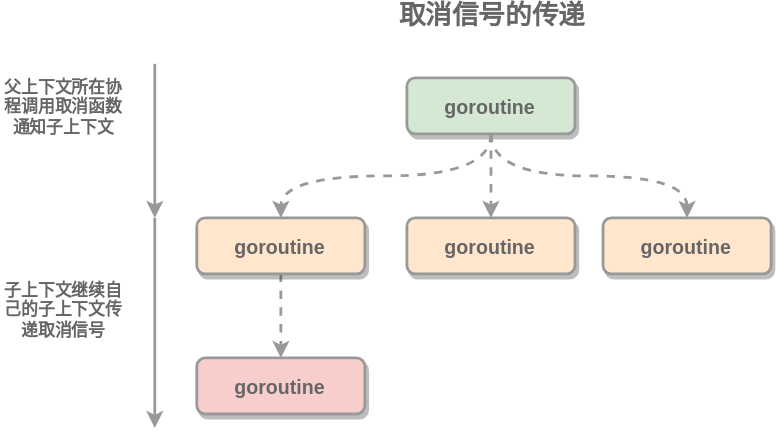
Before: golang/assets/cancel.drawio.svg, a diagram exported from draw.io (pycer/note). Source tidied: cells renumbered, new cells last; positions are measured from the earlier drawing's top-left corner, leaving out a move shared by most shapes.
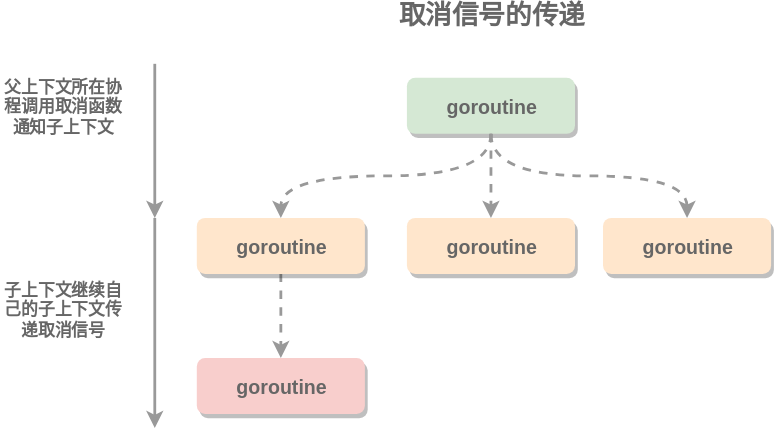
The same diagram one commit later.

Commit message:
[Golang] context 图片修改

What changed in the source:
```diff
@@ -5,22 +5,22 @@
     <mxCell id="2" style="edgeStyle=orthogonalEdgeStyle;curved=1;rounded=0;jettySize=auto;html=1;strokeColor=#999999;strokeWidth=2;dashed=1;" parent="1" edge="1" source="3" target="5">
       <mxGeometry relative="1" as="geometry" />
     </mxCell>
-    <mxCell id="3" value="&lt;b&gt;&lt;font style=&quot;font-size: 14px&quot; color=&quot;#666666&quot;&gt;goroutine&lt;/font&gt;&lt;/b&gt;" style="rounded=1;whiteSpace=wrap;html=1;fillColor=#d5e8d4;strokeColor=#999999;strokeWidth=2;shadow=1;" parent="1" vertex="1">
+    <mxCell id="3" value="&lt;b&gt;&lt;font style=&quot;font-size: 14px&quot; color=&quot;#666666&quot;&gt;goroutine&lt;/font&gt;&lt;/b&gt;" style="rounded=1;whiteSpace=wrap;html=1;fillColor=#d5e8d4;strokeColor=none;strokeWidth=2;shadow=1;" parent="1" vertex="1">
       <mxGeometry x="290" y="50" width="120" height="40" as="geometry" />
     </mxCell>
-    <mxCell id="4" value="&lt;b&gt;&lt;font style=&quot;font-size: 14px&quot; color=&quot;#666666&quot;&gt;goroutine&lt;/font&gt;&lt;/b&gt;" style="rounded=1;whiteSpace=wrap;html=1;fillColor=#ffe6cc;strokeColor=#999999;strokeWidth=2;shadow=1;" parent="1" vertex="1">
+    <mxCell id="4" value="&lt;b&gt;&lt;font style=&quot;font-size: 14px&quot; color=&quot;#666666&quot;&gt;goroutine&lt;/font&gt;&lt;/b&gt;" style="rounded=1;whiteSpace=wrap;html=1;fillColor=#ffe6cc;strokeColor=none;strokeWidth=2;shadow=1;" parent="1" vertex="1">
       <mxGeometry x="430" y="150" width="120" height="40" as="geometry" />
     </mxCell>
-    <mxCell id="5" value="&lt;font style=&quot;font-size: 14px&quot; color=&quot;#666666&quot;&gt;&lt;b&gt;goroutine&lt;/b&gt;&lt;/font&gt;" style="rounded=1;whiteSpace=wrap;html=1;fillColor=#ffe6cc;strokeColor=#999999;strokeWidth=2;shadow=1;" parent="1" vertex="1">
+    <mxCell id="5" value="&lt;font style=&quot;font-size: 14px&quot; color=&quot;#666666&quot;&gt;&lt;b&gt;goroutine&lt;/b&gt;&lt;/font&gt;" style="rounded=1;whiteSpace=wrap;html=1;fillColor=#ffe6cc;strokeColor=none;strokeWidth=2;shadow=1;" parent="1" vertex="1">
       <mxGeometry x="290" y="150" width="120" height="40" as="geometry" />
     </mxCell>
-    <mxCell id="6" value="&lt;b&gt;&lt;font style=&quot;font-size: 14px&quot; color=&quot;#666666&quot;&gt;goroutine&lt;/font&gt;&lt;/b&gt;" style="rounded=1;whiteSpace=wrap;html=1;fillColor=#f8cecc;strokeColor=#999999;strokeWidth=2;shadow=1;" parent="1" vertex="1">
+    <mxCell id="6" value="&lt;b&gt;&lt;font style=&quot;font-size: 14px&quot; color=&quot;#666666&quot;&gt;goroutine&lt;/font&gt;&lt;/b&gt;" style="rounded=1;whiteSpace=wrap;html=1;fillColor=#f8cecc;strokeColor=none;strokeWidth=2;shadow=1;" parent="1" vertex="1">
       <mxGeometry x="140" y="250" width="120" height="40" as="geometry" />
     </mxCell>
     <mxCell id="7" style="edgeStyle=orthogonalEdgeStyle;curved=1;rounded=0;jettySize=auto;html=1;strokeColor=#999999;strokeWidth=2;dashed=1;" parent="1" edge="1" source="8" target="6">
       <mxGeometry relative="1" as="geometry" />
     </mxCell>
-    <mxCell id="8" value="&lt;b&gt;&lt;font style=&quot;font-size: 14px&quot; color=&quot;#666666&quot;&gt;goroutine&lt;/font&gt;&lt;/b&gt;" style="rounded=1;whiteSpace=wrap;html=1;fillColor=#ffe6cc;strokeColor=#999999;strokeWidth=2;shadow=1;" parent="1" vertex="1">
+    <mxCell id="8" value="&lt;b&gt;&lt;font style=&quot;font-size: 14px&quot; color=&quot;#666666&quot;&gt;goroutine&lt;/font&gt;&lt;/b&gt;" style="rounded=1;whiteSpace=wrap;html=1;fillColor=#ffe6cc;strokeColor=none;strokeWidth=2;shadow=1;" parent="1" vertex="1">
       <mxGeometry x="140" y="150" width="120" height="40" as="geometry" />
     </mxCell>
     <mxCell id="9" style="endArrow=classic;html=1;strokeColor=#999999;strokeWidth=2;exitX=0.5;exitY=1;exitDx=0;exitDy=0;entryX=0.5;entryY=0;entryDx=0;entryDy=0;edgeStyle=orthogonalEdgeStyle;elbow=vertical;curved=1;dashed=1;" parent="1" edge="1" source="3" target="8">
```
